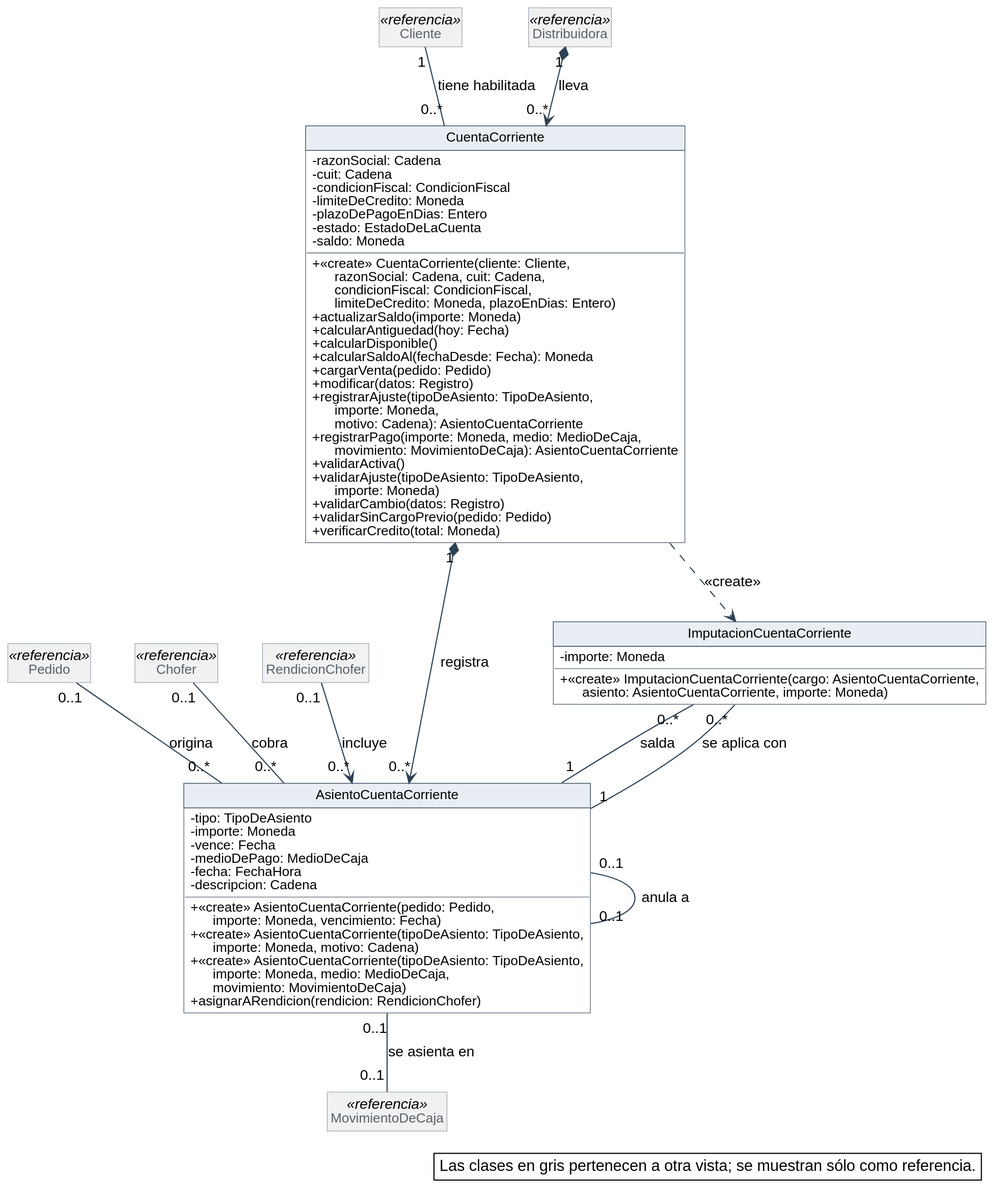
Earlier version of the PlantUML export diagramas/clases-diseno/DC_Cuentas-corrientes.svg (Nahuelito-Dev/splg-docs). Source of this version:
```plantuml
@startuml
skinparam backgroundColor #FFFFFF
skinparam shadowing false
skinparam defaultFontName Helvetica
skinparam defaultFontSize 13
skinparam dpi 150
skinparam nodesep 40
skinparam ranksep 55
skinparam classAttributeIconSize 0
skinparam roundCorner 0
skinparam genericDisplay old
skinparam class {
  BorderColor #2C4257
  BackgroundColor #FFFFFF
  ArrowColor #2C4257
  FontSize 14
  AttributeFontSize 12
  HeaderBackgroundColor #E8EEF3
}
skinparam class<<referencia>> {
  BackgroundColor #F1F1F1
  BorderColor #8A97A3
  FontColor #55616C
}
skinparam class<<fachada>> {
  HeaderBackgroundColor #D6E4F0
}
skinparam class<<controlador>> {
  HeaderBackgroundColor #D6E4F0
}
skinparam class<<fabricación pura>> {
  HeaderBackgroundColor #F3E9CF
}
skinparam class<<colección>> {
  HeaderBackgroundColor #E6E6E6
}
skinparam class<<adaptador>> {
  HeaderBackgroundColor #DCEBDD
}
skinparam interface {
  BorderColor #2C4257
  BackgroundColor #FFFFFF
  HeaderBackgroundColor #DCEBDD
  FontSize 14
  AttributeFontSize 12
}
skinparam note {
  BackgroundColor #FFFFFF
  BorderColor #2C4257
}
skinparam packageStyle rectangle
skinparam package {
  BorderColor #8A97A3
  FontSize 13
  FontColor #55616C
}
hide circle
hide empty members

class CuentaCorriente {
  - razonSocial: Cadena
  - cuit: Cadena
  - condicionFiscal: CondicionFiscal
  - limiteDeCredito: Moneda
  - plazoDePagoEnDias: Entero
  - estado: EstadoDeLaCuenta
  - saldo: Moneda
  + «create» CuentaCorriente(cliente: Cliente,\n      razonSocial: Cadena, cuit: Cadena,\n      condicionFiscal: CondicionFiscal,\n      limiteDeCredito: Moneda, plazoEnDias: Entero)
  + actualizarSaldo(importe: Moneda)
  + calcularAntiguedad(hoy: Fecha)
  + calcularDisponible()
  + calcularSaldoAl(fechaDesde: Fecha): Moneda
  + cargarVenta(pedido: Pedido)
  + modificar(datos: Registro)
  + registrarAjuste(tipoDeAsiento: TipoDeAsiento,\n      importe: Moneda,\n      motivo: Cadena): AsientoCuentaCorriente
  + registrarPago(importe: Moneda, medio: MedioDeCaja,\n      movimiento: MovimientoDeCaja): AsientoCuentaCorriente
  + validarActiva()
  + validarAjuste(tipoDeAsiento: TipoDeAsiento,\n      importe: Moneda)
  + validarCambio(datos: Registro)
  + validarSinCargoPrevio(pedido: Pedido)
  + verificarCredito(total: Moneda)
}
class AsientoCuentaCorriente {
  - tipo: TipoDeAsiento
  - importe: Moneda
  - vence: Fecha
  - medioDePago: MedioDeCaja
  - fecha: FechaHora
  - descripcion: Cadena
  + «create» AsientoCuentaCorriente(pedido: Pedido,\n      importe: Moneda, vencimiento: Fecha)
  + «create» AsientoCuentaCorriente(tipoDeAsiento: TipoDeAsiento,\n      importe: Moneda, motivo: Cadena)
  + «create» AsientoCuentaCorriente(tipoDeAsiento: TipoDeAsiento,\n      importe: Moneda, medio: MedioDeCaja,\n      movimiento: MovimientoDeCaja)
  + asignarARendicion(rendicion: RendicionChofer)
}
class ImputacionCuentaCorriente {
  - importe: Moneda
  + «create» ImputacionCuentaCorriente(cargo: AsientoCuentaCorriente,\n      asiento: AsientoCuentaCorriente, importe: Moneda)
}
class Cliente <<referencia>>
class Distribuidora <<referencia>>
class Pedido <<referencia>>
class MovimientoDeCaja <<referencia>>
class Chofer <<referencia>>
class RendicionChofer <<referencia>>

Distribuidora "1" *--> "0..*" CuentaCorriente : lleva
Cliente "1" -- "0..*" CuentaCorriente : tiene habilitada
CuentaCorriente "1" *--> "0..*" AsientoCuentaCorriente : registra
Pedido "0..1" -- "0..*" AsientoCuentaCorriente : origina
AsientoCuentaCorriente "0..1" -- "0..1" MovimientoDeCaja : se asienta en
Chofer "0..1" -- "0..*" AsientoCuentaCorriente : cobra
RendicionChofer "0..1" --> "0..*" AsientoCuentaCorriente : incluye
AsientoCuentaCorriente "0..1" -- "0..1" AsientoCuentaCorriente : anula a
ImputacionCuentaCorriente "0..*" -- "1" AsientoCuentaCorriente : salda
ImputacionCuentaCorriente "0..*" -- "1" AsientoCuentaCorriente : se aplica con
CuentaCorriente ..> ImputacionCuentaCorriente : <<create>>

legend bottom right
  Las clases en gris pertenecen a otra vista; se muestran sólo como referencia.
endlegend
@enduml
```
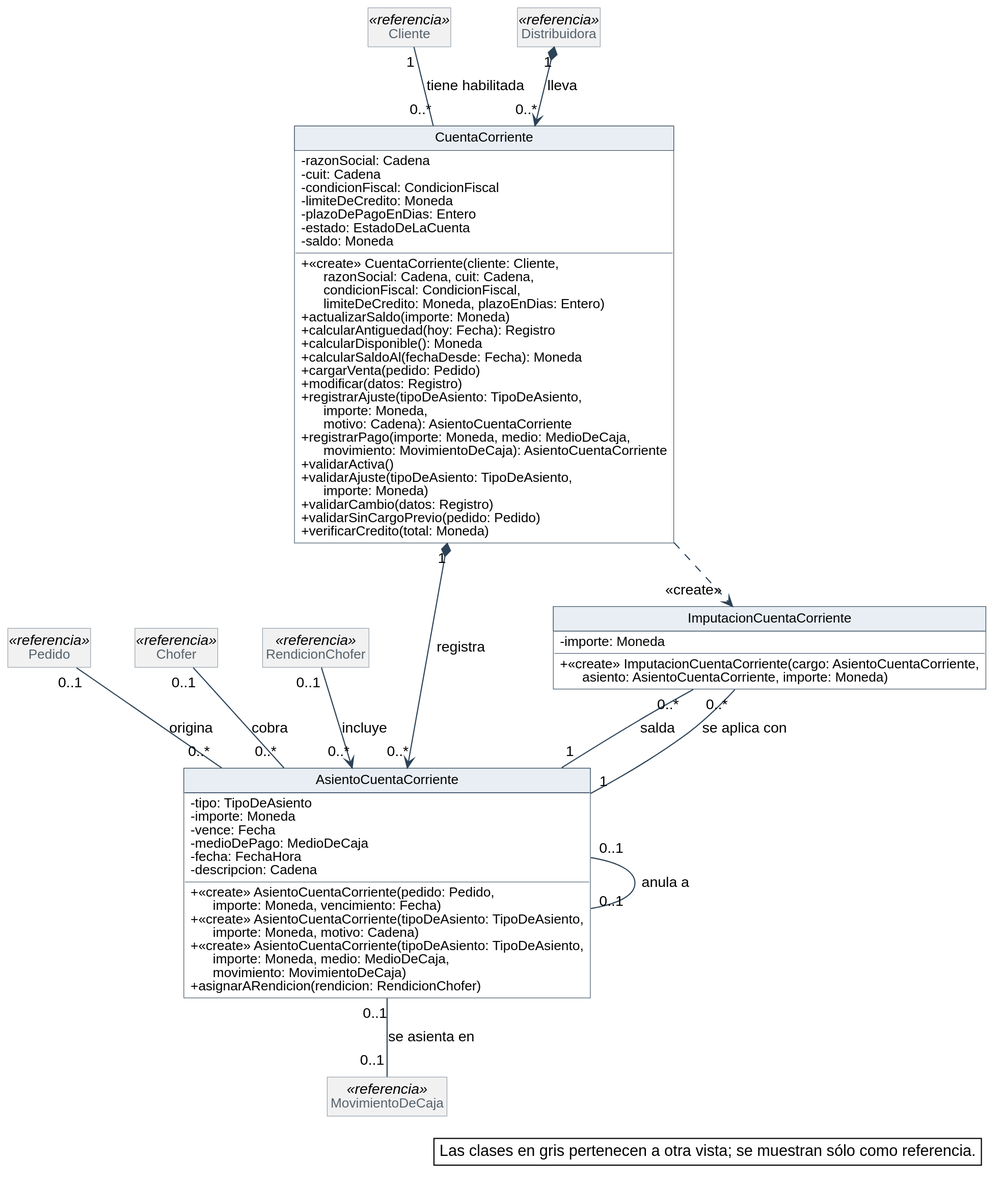
Above is the later version.

The edit, as a diff of the source:
```diff
@@ -67,8 +67,8 @@
   - saldo: Moneda
   + «create» CuentaCorriente(cliente: Cliente,\n      razonSocial: Cadena, cuit: Cadena,\n      condicionFiscal: CondicionFiscal,\n      limiteDeCredito: Moneda, plazoEnDias: Entero)
   + actualizarSaldo(importe: Moneda)
-  + calcularAntiguedad(hoy: Fecha)
-  + calcularDisponible()
+  + calcularAntiguedad(hoy: Fecha): Registro
+  + calcularDisponible(): Moneda
   + calcularSaldoAl(fechaDesde: Fecha): Moneda
   + cargarVenta(pedido: Pedido)
   + modificar(datos: Registro)
@@ -113,7 +113,7 @@
 AsientoCuentaCorriente "0..1" -- "0..1" AsientoCuentaCorriente : anula a
 ImputacionCuentaCorriente "0..*" -- "1" AsientoCuentaCorriente : salda
 ImputacionCuentaCorriente "0..*" -- "1" AsientoCuentaCorriente : se aplica con
-CuentaCorriente ..> ImputacionCuentaCorriente : <<create>>
+CuentaCorriente ..> "<<create>>" ImputacionCuentaCorriente
 
 legend bottom right
   Las clases en gris pertenecen a otra vista; se muestran sólo como referencia.
```
